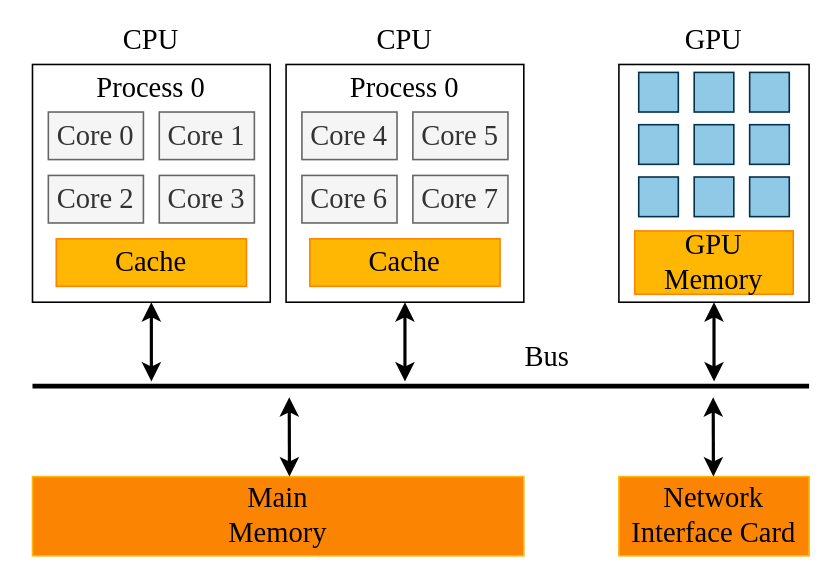
The draw.io diagram img/ch-intro/computer-arch.svg in godaai/scale-py-zh, before a commit. Source tidied: cells renumbered, new cells last; positions are measured from the earlier drawing's top-left corner, leaving out a move shared by most shapes.
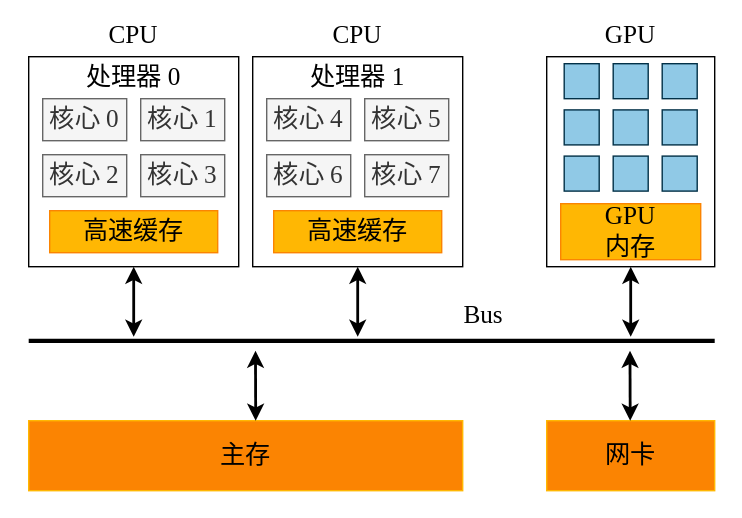
The same diagram one commit later.

The edit, as a diff of the source:
```diff
@@ -8,43 +8,43 @@
     <mxCell id="3" style="rounded=0;whiteSpace=wrap;html=1;fillColor=none;fontFamily=Times New Roman;" parent="1" vertex="1">
       <mxGeometry x="20" y="40" width="150" height="150" as="geometry" />
     </mxCell>
-    <mxCell id="4" value="Process 0" style="text;html=1;strokeColor=none;fillColor=none;align=center;verticalAlign=middle;whiteSpace=wrap;rounded=0;fontSize=18;fontFamily=Times New Roman;" parent="1" vertex="1">
+    <mxCell id="4" value="处理器 0" style="text;html=1;strokeColor=none;fillColor=none;align=center;verticalAlign=middle;whiteSpace=wrap;rounded=0;fontSize=18;fontFamily=Times New Roman;" parent="1" vertex="1">
       <mxGeometry x="50" y="40" width="90" height="30" as="geometry" />
     </mxCell>
-    <mxCell id="5" value="Core 0" style="rounded=0;whiteSpace=wrap;html=1;fontSize=18;fillColor=#f5f5f5;strokeColor=#666666;fontColor=#333333;fontFamily=Times New Roman;" parent="1" vertex="1">
+    <mxCell id="5" value="核心 0" style="rounded=0;whiteSpace=wrap;html=1;fontSize=18;fillColor=#f5f5f5;strokeColor=#666666;fontColor=#333333;fontFamily=Times New Roman;" parent="1" vertex="1">
       <mxGeometry x="30" y="70" width="60" height="30" as="geometry" />
     </mxCell>
-    <mxCell id="6" value="Core 1" style="rounded=0;whiteSpace=wrap;html=1;fontSize=18;fillColor=#f5f5f5;strokeColor=#666666;fontColor=#333333;fontFamily=Times New Roman;" parent="1" vertex="1">
+    <mxCell id="6" value="核心 1" style="rounded=0;whiteSpace=wrap;html=1;fontSize=18;fillColor=#f5f5f5;strokeColor=#666666;fontColor=#333333;fontFamily=Times New Roman;" parent="1" vertex="1">
       <mxGeometry x="100" y="70" width="60" height="30" as="geometry" />
     </mxCell>
-    <mxCell id="7" value="Core 2" style="rounded=0;whiteSpace=wrap;html=1;fontSize=18;fillColor=#f5f5f5;strokeColor=#666666;fontColor=#333333;fontFamily=Times New Roman;" parent="1" vertex="1">
+    <mxCell id="7" value="核心 2" style="rounded=0;whiteSpace=wrap;html=1;fontSize=18;fillColor=#f5f5f5;strokeColor=#666666;fontColor=#333333;fontFamily=Times New Roman;" parent="1" vertex="1">
       <mxGeometry x="30" y="110" width="60" height="30" as="geometry" />
     </mxCell>
-    <mxCell id="8" value="Core 3" style="rounded=0;whiteSpace=wrap;html=1;fontSize=18;fillColor=#f5f5f5;strokeColor=#666666;fontColor=#333333;fontFamily=Times New Roman;" parent="1" vertex="1">
+    <mxCell id="8" value="核心 3" style="rounded=0;whiteSpace=wrap;html=1;fontSize=18;fillColor=#f5f5f5;strokeColor=#666666;fontColor=#333333;fontFamily=Times New Roman;" parent="1" vertex="1">
       <mxGeometry x="100" y="110" width="60" height="30" as="geometry" />
     </mxCell>
     <mxCell id="9" style="rounded=0;whiteSpace=wrap;html=1;fillColor=none;fontFamily=Times New Roman;" parent="1" vertex="1">
       <mxGeometry x="180" y="40" width="150" height="150" as="geometry" />
     </mxCell>
-    <mxCell id="10" value="Process 0" style="text;html=1;strokeColor=none;fillColor=none;align=center;verticalAlign=middle;whiteSpace=wrap;rounded=0;fontSize=18;fontFamily=Times New Roman;" parent="1" vertex="1">
+    <mxCell id="10" value="处理器 1" style="text;html=1;strokeColor=none;fillColor=none;align=center;verticalAlign=middle;whiteSpace=wrap;rounded=0;fontSize=18;fontFamily=Times New Roman;" parent="1" vertex="1">
       <mxGeometry x="210" y="40" width="90" height="30" as="geometry" />
     </mxCell>
-    <mxCell id="11" value="Core 4" style="rounded=0;whiteSpace=wrap;html=1;fontSize=18;fillColor=#f5f5f5;strokeColor=#666666;fontColor=#333333;fontFamily=Times New Roman;" parent="1" vertex="1">
+    <mxCell id="11" value="核心 4" style="rounded=0;whiteSpace=wrap;html=1;fontSize=18;fillColor=#f5f5f5;strokeColor=#666666;fontColor=#333333;fontFamily=Times New Roman;" parent="1" vertex="1">
       <mxGeometry x="190" y="70" width="60" height="30" as="geometry" />
     </mxCell>
-    <mxCell id="12" value="Core 5" style="rounded=0;whiteSpace=wrap;html=1;fontSize=18;fillColor=#f5f5f5;strokeColor=#666666;fontColor=#333333;fontFamily=Times New Roman;" parent="1" vertex="1">
+    <mxCell id="12" value="核心 5" style="rounded=0;whiteSpace=wrap;html=1;fontSize=18;fillColor=#f5f5f5;strokeColor=#666666;fontColor=#333333;fontFamily=Times New Roman;" parent="1" vertex="1">
       <mxGeometry x="260" y="70" width="60" height="30" as="geometry" />
     </mxCell>
-    <mxCell id="13" value="Core 6" style="rounded=0;whiteSpace=wrap;html=1;fontSize=18;fillColor=#f5f5f5;strokeColor=#666666;fontColor=#333333;fontFamily=Times New Roman;" parent="1" vertex="1">
+    <mxCell id="13" value="核心 6" style="rounded=0;whiteSpace=wrap;html=1;fontSize=18;fillColor=#f5f5f5;strokeColor=#666666;fontColor=#333333;fontFamily=Times New Roman;" parent="1" vertex="1">
       <mxGeometry x="190" y="110" width="60" height="30" as="geometry" />
     </mxCell>
-    <mxCell id="14" value="Core 7" style="rounded=0;whiteSpace=wrap;html=1;fontSize=18;fillColor=#f5f5f5;strokeColor=#666666;fontColor=#333333;fontFamily=Times New Roman;" parent="1" vertex="1">
+    <mxCell id="14" value="核心 7" style="rounded=0;whiteSpace=wrap;html=1;fontSize=18;fillColor=#f5f5f5;strokeColor=#666666;fontColor=#333333;fontFamily=Times New Roman;" parent="1" vertex="1">
       <mxGeometry x="260" y="110" width="60" height="30" as="geometry" />
     </mxCell>
-    <mxCell id="15" value="Cache" style="rounded=0;whiteSpace=wrap;html=1;fontSize=18;fillColor=#FFB703;strokeColor=#FB8402;fontFamily=Times New Roman;" parent="1" vertex="1">
+    <mxCell id="15" value="高速缓存" style="rounded=0;whiteSpace=wrap;html=1;fontSize=18;fillColor=#FFB703;strokeColor=#FB8402;fontFamily=Times New Roman;" parent="1" vertex="1">
       <mxGeometry x="35" y="150" width="120" height="30" as="geometry" />
     </mxCell>
-    <mxCell id="16" value="Cache" style="rounded=0;whiteSpace=wrap;html=1;fontSize=18;fillColor=#FFB703;strokeColor=#FB8402;fontFamily=Times New Roman;" parent="1" vertex="1">
+    <mxCell id="16" value="高速缓存" style="rounded=0;whiteSpace=wrap;html=1;fontSize=18;fillColor=#FFB703;strokeColor=#FB8402;fontFamily=Times New Roman;" parent="1" vertex="1">
       <mxGeometry x="195" y="150" width="120" height="30" as="geometry" />
     </mxCell>
     <mxCell id="17" style="endArrow=none;html=1;rounded=0;fontSize=18;strokeWidth=3;fontFamily=Times New Roman;" parent="1" edge="1">
@@ -63,7 +63,7 @@
         <mxPoint x="255" y="240" as="sourcePoint" />
       </mxGeometry>
     </mxCell>
-    <mxCell id="20" value="Main &lt;br&gt;Memory" style="rounded=0;whiteSpace=wrap;html=1;fontSize=18;fillColor=#FB8402;strokeColor=#FFB703;fontFamily=Times New Roman;" parent="1" vertex="1">
+    <mxCell id="20" value="主存" style="rounded=0;whiteSpace=wrap;html=1;fontSize=18;fillColor=#FB8402;strokeColor=#FFB703;fontFamily=Times New Roman;" parent="1" vertex="1">
       <mxGeometry x="20" y="300" width="310" height="50" as="geometry" />
     </mxCell>
     <mxCell id="21" value="Bus" style="text;html=1;strokeColor=none;fillColor=none;align=center;verticalAlign=middle;whiteSpace=wrap;rounded=0;fontSize=18;fontFamily=Times New Roman;" parent="1" vertex="1">
@@ -108,7 +108,7 @@
     <mxCell id="34" style="whiteSpace=wrap;html=1;fontSize=18;fillColor=#90C9E6;strokeColor=#023047;fontFamily=Times New Roman;" parent="1" vertex="1">
       <mxGeometry x="472.5" y="111" width="25" height="25" as="geometry" />
     </mxCell>
-    <mxCell id="35" value="GPU Memory" style="rounded=0;whiteSpace=wrap;html=1;fontSize=18;fillColor=#FFB703;strokeColor=#FB8402;fontFamily=Times New Roman;" parent="1" vertex="1">
+    <mxCell id="35" value="GPU&lt;br&gt;内存" style="rounded=0;whiteSpace=wrap;html=1;fontSize=18;fillColor=#FFB703;strokeColor=#FB8402;fontFamily=Times New Roman;" parent="1" vertex="1">
       <mxGeometry x="400" y="145" width="100" height="40" as="geometry" />
     </mxCell>
     <mxCell id="36" style="endArrow=classic;startArrow=classic;html=1;rounded=0;strokeWidth=2;fontSize=18;entryX=0.5;entryY=1;entryDx=0;entryDy=0;fontFamily=Times New Roman;" parent="1" edge="1" target="22">
@@ -121,7 +121,7 @@
         <mxPoint x="182" y="250" as="targetPoint" />
       </mxGeometry>
     </mxCell>
-    <mxCell id="38" value="Network&lt;br&gt;Interface Card" style="rounded=0;whiteSpace=wrap;html=1;fontSize=18;fillColor=#FB8402;strokeColor=#FFB703;fontFamily=Times New Roman;" parent="1" vertex="1">
+    <mxCell id="38" value="网卡" style="rounded=0;whiteSpace=wrap;html=1;fontSize=18;fillColor=#FB8402;strokeColor=#FFB703;fontFamily=Times New Roman;" parent="1" vertex="1">
       <mxGeometry x="390" y="300" width="120" height="50" as="geometry" />
     </mxCell>
     <mxCell id="39" style="endArrow=classic;startArrow=classic;html=1;rounded=0;strokeWidth=2;fontSize=18;exitX=0.523;exitY=0;exitDx=0;exitDy=0;exitPerimeter=0;fontFamily=Times New Roman;" parent="1" edge="1">
```
